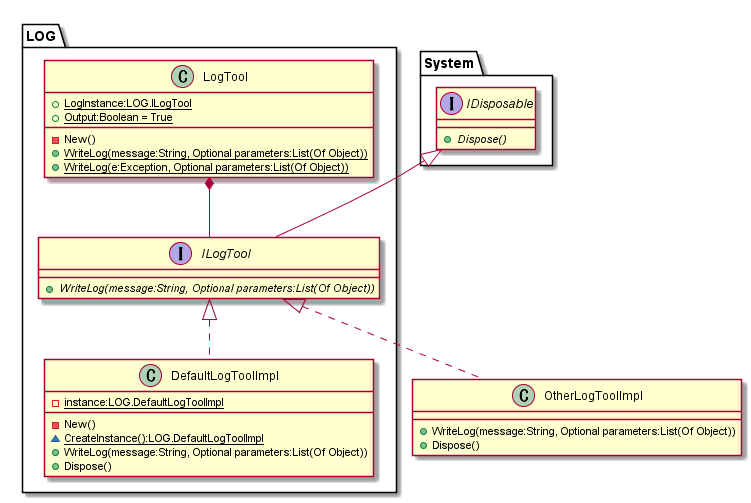
This is doc/ClassDiagram/LogUtill.png from hirorich/CommonTool, a PlantUML export, as it was before one commit.
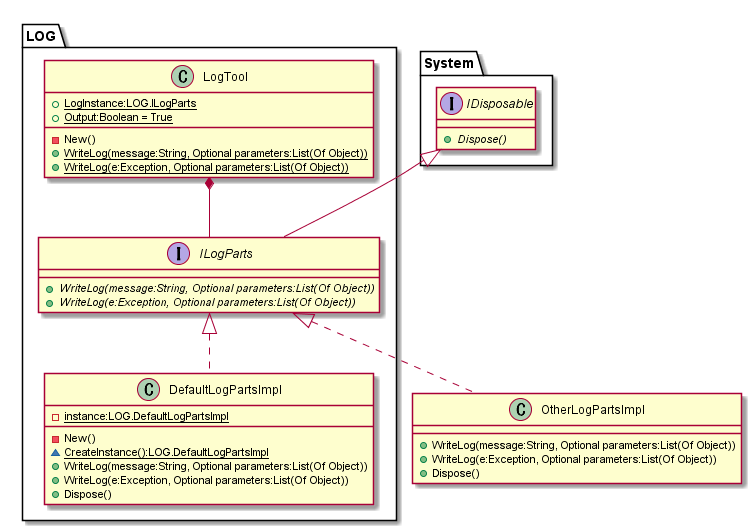
The same diagram one commit later.

Change to the diagram source:
```diff
@@ -4,35 +4,38 @@
   + {abstract} Dispose()
 }
 
-interface LOG.ILogTool {
+interface LOG.ILogParts {
   + {abstract} WriteLog(message:String, Optional parameters:List(Of Object))
+  + {abstract} WriteLog(e:Exception, Optional parameters:List(Of Object))
 }
-System.IDisposable <|-- LOG.ILogTool
+System.IDisposable <|-- LOG.ILogParts
 
 class LOG.LogTool {
-  + {static} LogInstance:LOG.ILogTool
+  + {static} LogInstance:LOG.ILogParts
   + {static} Output:Boolean = True
 
   - New()
   + {static} WriteLog(message:String, Optional parameters:List(Of Object))
   + {static} WriteLog(e:Exception, Optional parameters:List(Of Object))
 }
-LOG.LogTool *-- LOG.ILogTool
+LOG.LogTool *-- LOG.ILogParts
 
-class LOG.DefaultLogToolImpl {
-  - {static} instance:LOG.DefaultLogToolImpl
+class LOG.DefaultLogPartsImpl {
+  - {static} instance:LOG.DefaultLogPartsImpl
 
   - New()
-  ~ {static} CreateInstance():LOG.DefaultLogToolImpl
+  ~ {static} CreateInstance():LOG.DefaultLogPartsImpl
   + WriteLog(message:String, Optional parameters:List(Of Object))
+  + WriteLog(e:Exception, Optional parameters:List(Of Object))
   + Dispose()
 }
-LOG.ILogTool <|.. LOG.DefaultLogToolImpl
+LOG.ILogParts <|.. LOG.DefaultLogPartsImpl
 
-class OtherLogToolImpl {
+class OtherLogPartsImpl {
   + WriteLog(message:String, Optional parameters:List(Of Object))
+  + WriteLog(e:Exception, Optional parameters:List(Of Object))
   + Dispose()
 }
-LOG.ILogTool <|.. OtherLogToolImpl
+LOG.ILogParts <|.. OtherLogPartsImpl
 
 @enduml
```
